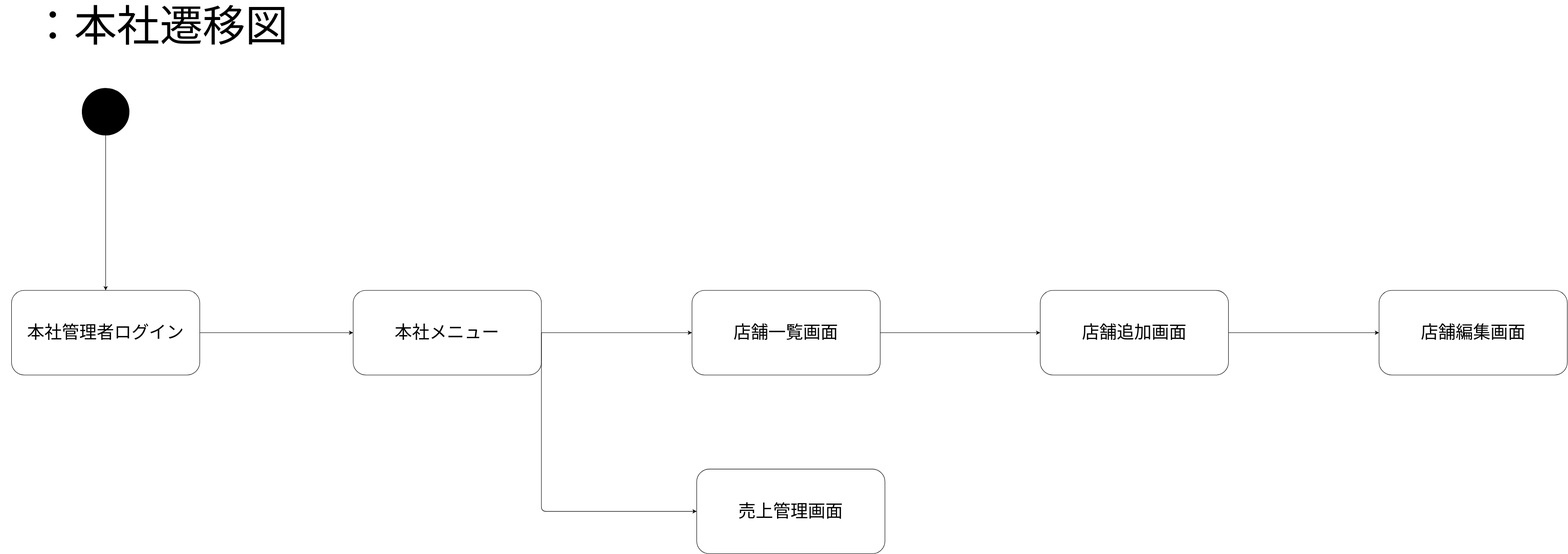
This is 画面遷移図3.drawio.svg from youryota/sample, a draw.io export, as it was before one commit. Source tidied: cells renumbered, new cells last; positions are measured from the earlier drawing's top-left corner, leaving out a move shared by most shapes.
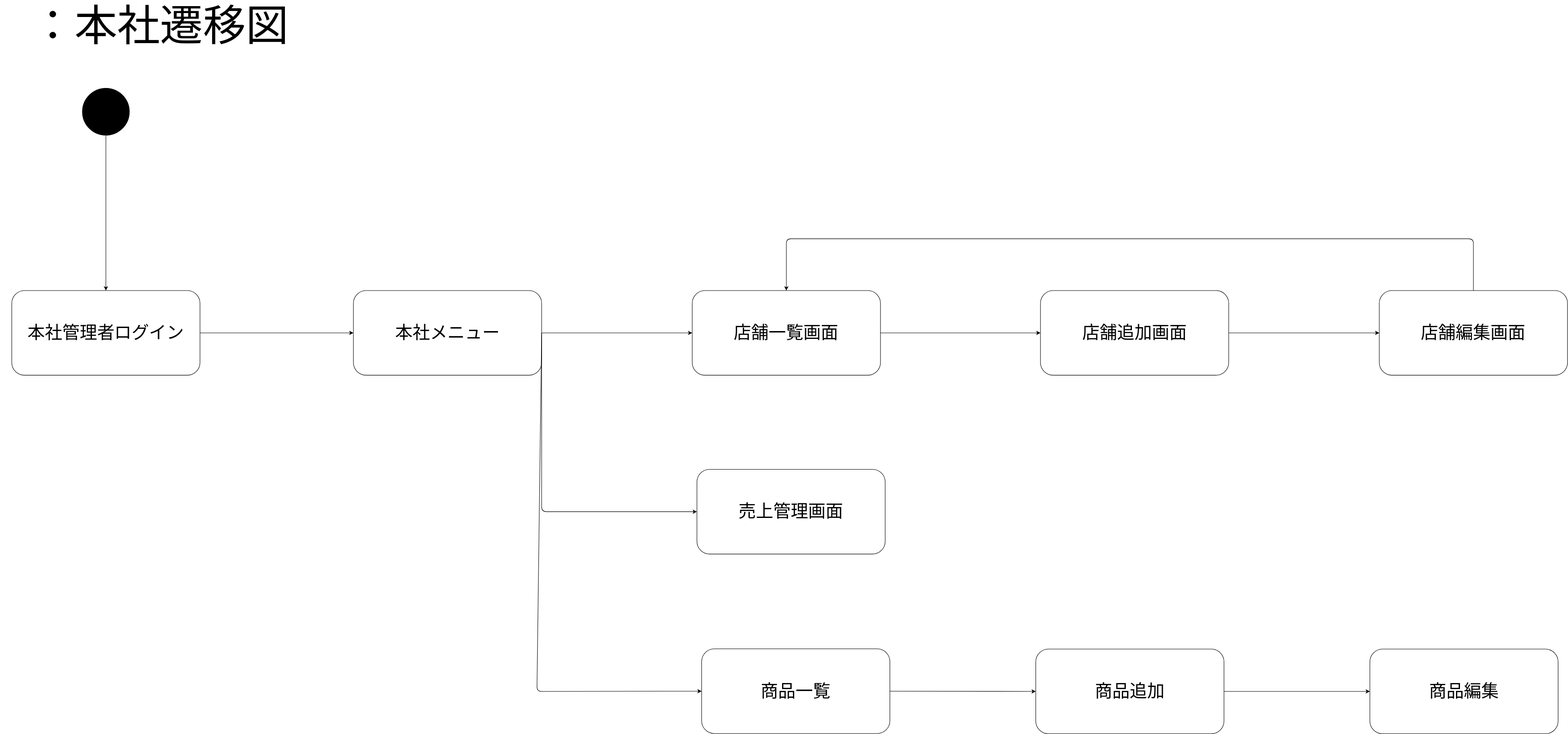
The same file after the commit.

Diff of the diagram source:
```diff
@@ -48,5 +48,36 @@
     <mxCell id="15" style="endArrow=classic;html=1;entryX=0;entryY=0.5;entryDx=0;entryDy=0;exitX=1;exitY=0.5;exitDx=0;exitDy=0;" parent="1" edge="1" source="6" target="7">
       <mxGeometry relative="1" as="geometry" />
     </mxCell>
+    <mxCell id="16" value="&lt;span style=&quot;font-size: 37px;&quot;&gt;商品一覧&lt;/span&gt;" style="rounded=1;whiteSpace=wrap;html=1;fontSize=27;fillColor=#FFFFFF;" parent="1" vertex="1">
+      <mxGeometry x="1490" y="1351.5" width="400" height="180" as="geometry" />
+    </mxCell>
+    <mxCell id="17" value="&lt;span style=&quot;font-size: 37px;&quot;&gt;商品編集&lt;/span&gt;" style="rounded=1;whiteSpace=wrap;html=1;fontSize=27;fillColor=#FFFFFF;" parent="1" vertex="1">
+      <mxGeometry x="2910" y="1352" width="400" height="180" as="geometry" />
+    </mxCell>
+    <mxCell id="18" style="endArrow=classic;html=1;entryX=0;entryY=0.5;entryDx=0;entryDy=0;" parent="1" edge="1" target="16">
+      <mxGeometry relative="1" as="geometry">
+        <mxPoint x="1150" y="680" as="sourcePoint" />
+        <Array as="points">
+          <mxPoint x="1140" y="1442" />
+        </Array>
+      </mxGeometry>
+    </mxCell>
+    <mxCell id="19" style="endArrow=classic;html=1;entryX=0;entryY=0.5;entryDx=0;entryDy=0;exitX=1;exitY=0.5;exitDx=0;exitDy=0;" parent="1" edge="1" source="16" target="21">
+      <mxGeometry relative="1" as="geometry" />
+    </mxCell>
+    <mxCell id="20" style="endArrow=classic;html=1;exitX=0.5;exitY=0;exitDx=0;exitDy=0;entryX=0.5;entryY=0;entryDx=0;entryDy=0;" parent="1" edge="1" source="7" target="5">
+      <mxGeometry relative="1" as="geometry">
+        <Array as="points">
+          <mxPoint x="3130" y="480" />
+          <mxPoint x="1670" y="480" />
+        </Array>
+      </mxGeometry>
+    </mxCell>
+    <mxCell id="21" value="&lt;span style=&quot;font-size: 37px;&quot;&gt;商品追加&lt;/span&gt;" style="rounded=1;whiteSpace=wrap;html=1;fontSize=27;fillColor=#FFFFFF;" parent="1" vertex="1">
+      <mxGeometry x="2200" y="1352" width="400" height="180" as="geometry" />
+    </mxCell>
+    <mxCell id="22" style="endArrow=classic;html=1;entryX=0;entryY=0.5;entryDx=0;entryDy=0;exitX=1;exitY=0.5;exitDx=0;exitDy=0;" parent="1" edge="1" source="21" target="17">
+      <mxGeometry relative="1" as="geometry" />
+    </mxCell>
   </root>
 </mxGraphModel>
```
